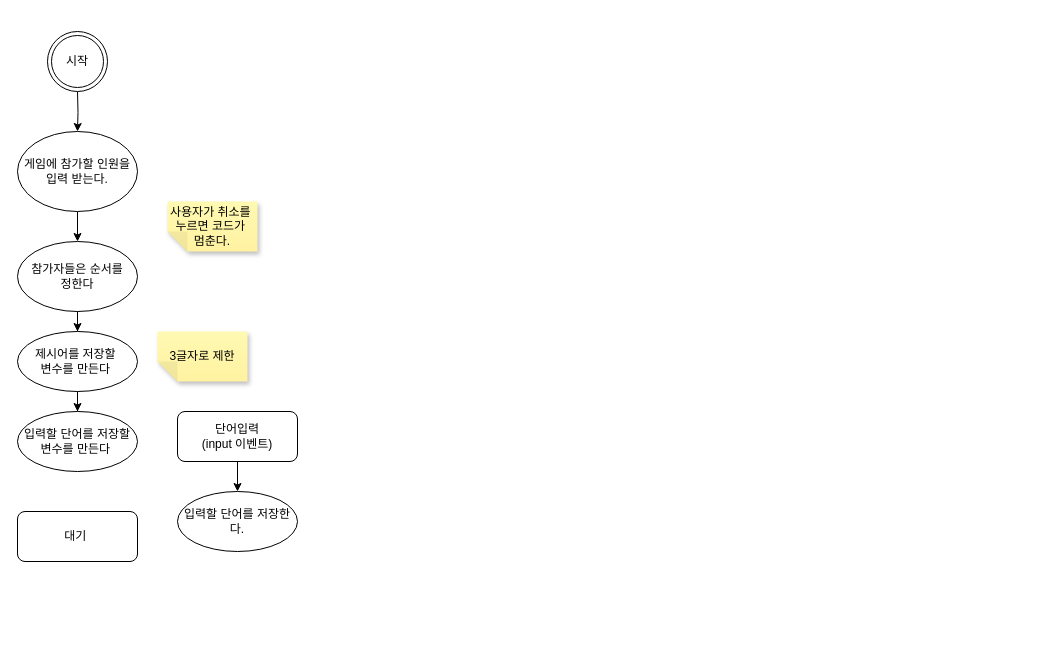
The draw.io diagram 제목 없는 다이어그램.drawio in cine-choi/Flex_exercise, before the edit. Source tidied: cells renumbered, new cells numbered last; positions are measured from the earlier drawing's top-left corner, leaving out a move shared by most shapes. Both pictures are drawn from the tidied source at 100%, with x=0, y=0 at pixel (17, 31).
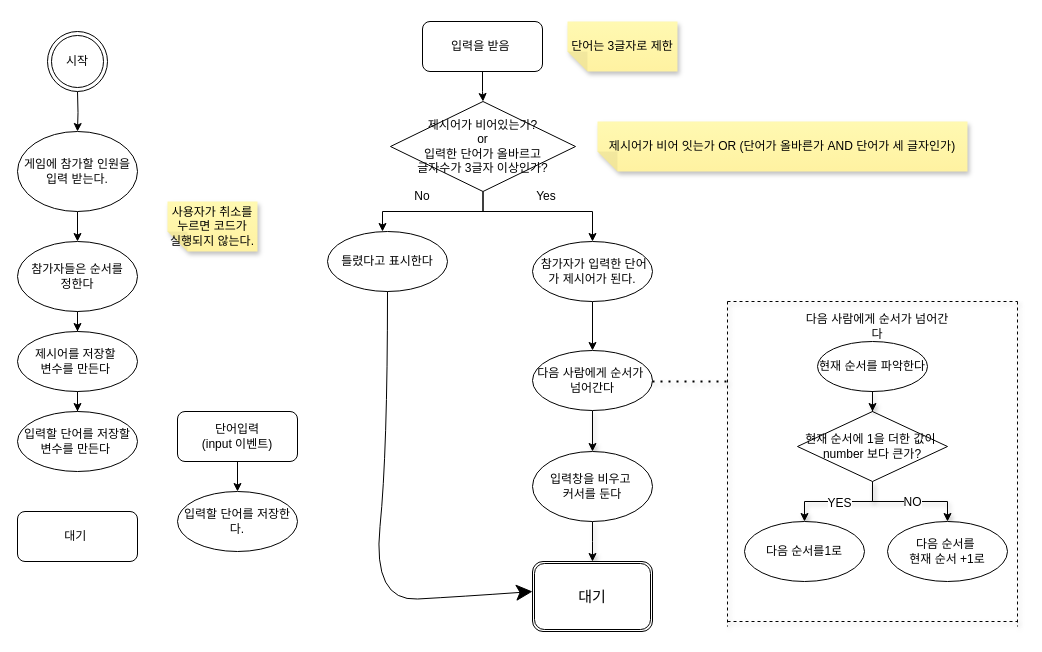
The same page after the edit.

Commit message:
쿵쿵따 게임 순서도

The edit, as a diff of the source:
```diff
@@
-    <mxCell id="15" value="3글자로 제한" style="shape=note;whiteSpace=wrap;html=1;backgroundOutline=1;fontColor=#000000;darkOpacity=0.05;fillColor=#FFF9B2;strokeColor=none;fillStyle=solid;direction=west;gradientDirection=north;gradientColor=#FFF2A1;shadow=1;size=20;hachureGap=4;" parent="1" vertex="1">
-      <mxGeometry x="140" y="300" width="90" height="50" as="geometry" />
-    </mxCell>
-    <mxCell id="16" value="사용자가 취소를&amp;nbsp;&lt;br&gt;누르면 코드가&amp;nbsp;&lt;br&gt;멈춘다." style="shape=note;whiteSpace=wrap;html=1;backgroundOutline=1;fontColor=#000000;darkOpacity=0.05;fillColor=#FFF9B2;strokeColor=none;fillStyle=solid;direction=west;gradientDirection=north;gradientColor=#FFF2A1;shadow=1;size=20;hachureGap=4;" parent="1" vertex="1">
+    <mxCell id="16" value="사용자가 취소를&lt;br&gt;누르면 코드가 &lt;br&gt;실행되지 않는다." style="shape=note;whiteSpace=wrap;html=1;backgroundOutline=1;fontColor=#000000;darkOpacity=0.05;fillColor=#FFF9B2;strokeColor=none;fillStyle=solid;direction=west;gradientDirection=north;gradientColor=#FFF2A1;shadow=1;size=20;hachureGap=4;" parent="1" vertex="1">
       <mxGeometry x="150" y="170" width="90" height="50" as="geometry" />
     </mxCell>
+    <mxCell id="17" style="edgeStyle=orthogonalEdgeStyle;rounded=0;jettySize=auto;html=1;" parent="1" edge="1" source="18" target="21">
+      <mxGeometry relative="1" as="geometry" />
+    </mxCell>
+    <mxCell id="18" value="입력을 받음&amp;nbsp;" style="rounded=1;whiteSpace=wrap;html=1;" parent="1" vertex="1">
+      <mxGeometry x="405" y="-10" width="120" height="50" as="geometry" />
+    </mxCell>
+    <mxCell id="19" style="edgeStyle=orthogonalEdgeStyle;rounded=0;jettySize=auto;html=1;" parent="1" edge="1" source="21">
+      <mxGeometry relative="1" as="geometry">
+        <mxPoint x="365" y="200" as="targetPoint" />
+        <Array as="points">
+          <mxPoint x="465" y="180" />
+          <mxPoint x="365" y="180" />
+        </Array>
+      </mxGeometry>
+    </mxCell>
+    <mxCell id="20" style="edgeStyle=orthogonalEdgeStyle;rounded=0;jettySize=auto;html=1;entryX=0.5;entryY=0;entryDx=0;entryDy=0;" parent="1" edge="1" source="21" target="23">
+      <mxGeometry relative="1" as="geometry">
+        <Array as="points">
+          <mxPoint x="465" y="180" />
+          <mxPoint x="575" y="180" />
+        </Array>
+      </mxGeometry>
+    </mxCell>
+    <mxCell id="21" value="제시어가 비어있는가?&lt;br&gt;or&lt;br&gt;입력한 단어가 올바르고&lt;br&gt;글자수가 3글자 이상인가?" style="rhombus;whiteSpace=wrap;html=1;" parent="1" vertex="1">
+      <mxGeometry x="373" y="70" width="185" height="90" as="geometry" />
+    </mxCell>
+    <mxCell id="22" style="edgeStyle=orthogonalEdgeStyle;rounded=0;jettySize=auto;html=1;" parent="1" edge="1" source="23" target="27">
+      <mxGeometry relative="1" as="geometry" />
+    </mxCell>
+    <mxCell id="23" value="&amp;nbsp;참가자가 입력한 단어가 제시어가 된다." style="ellipse;whiteSpace=wrap;html=1;" parent="1" vertex="1">
+      <mxGeometry x="515" y="210" width="120" height="60" as="geometry" />
+    </mxCell>
+    <mxCell id="24" value="Yes" style="text;html=1;strokeColor=none;fillColor=none;align=center;verticalAlign=middle;whiteSpace=wrap;rounded=0;" parent="1" vertex="1">
+      <mxGeometry x="499" y="150" width="60" height="30" as="geometry" />
+    </mxCell>
+    <mxCell id="25" value="No" style="text;html=1;strokeColor=none;fillColor=none;align=center;verticalAlign=middle;whiteSpace=wrap;rounded=0;" parent="1" vertex="1">
+      <mxGeometry x="375" y="150" width="60" height="30" as="geometry" />
+    </mxCell>
+    <mxCell id="26" style="edgeStyle=orthogonalEdgeStyle;rounded=0;jettySize=auto;html=1;shadow=1;" parent="1" edge="1" source="27" target="44">
+      <mxGeometry relative="1" as="geometry" />
+    </mxCell>
+    <mxCell id="27" value="다음 사람에게 순서가&amp;nbsp;&lt;br&gt;넘어간다" style="ellipse;whiteSpace=wrap;html=1;" parent="1" vertex="1">
+      <mxGeometry x="515" y="319" width="120" height="60" as="geometry" />
+    </mxCell>
+    <mxCell id="28" value="&lt;br&gt;&lt;br&gt;&lt;br&gt;" style="endArrow=none;dashed=1;html=1;dashPattern=1 3;strokeWidth=2;rounded=0;shadow=1;" parent="1" edge="1">
+      <mxGeometry relative="1" as="geometry">
+        <mxPoint x="635" y="350" as="sourcePoint" />
+        <mxPoint x="710" y="350" as="targetPoint" />
+      </mxGeometry>
+    </mxCell>
+    <mxCell id="29" style="endArrow=none;dashed=1;html=1;rounded=0;shadow=1;" parent="1" edge="1">
+      <mxGeometry relative="1" as="geometry">
+        <mxPoint x="710" y="270" as="sourcePoint" />
+        <mxPoint x="1000" y="270" as="targetPoint" />
+      </mxGeometry>
+    </mxCell>
+    <mxCell id="30" style="endArrow=none;dashed=1;html=1;rounded=0;shadow=1;" parent="1" edge="1">
+      <mxGeometry relative="1" as="geometry">
+        <mxPoint x="710" y="270" as="sourcePoint" />
+        <mxPoint x="710" y="595" as="targetPoint" />
+      </mxGeometry>
+    </mxCell>
+    <mxCell id="31" value="다음 사람에게 순서가 넘어간다" style="text;html=1;strokeColor=none;fillColor=none;align=center;verticalAlign=middle;whiteSpace=wrap;rounded=0;" parent="1" vertex="1">
+      <mxGeometry x="785" y="280" width="150" height="30" as="geometry" />
+    </mxCell>
+    <mxCell id="32" value="현재 순서를 파악한다" style="ellipse;whiteSpace=wrap;html=1;" parent="1" vertex="1">
+      <mxGeometry x="800" y="310" width="110" height="50" as="geometry" />
+    </mxCell>
+    <mxCell id="33" style="edgeStyle=orthogonalEdgeStyle;rounded=0;jettySize=auto;html=1;shadow=1;" parent="1" edge="1" source="37" target="39">
+      <mxGeometry relative="1" as="geometry" />
+    </mxCell>
+    <mxCell id="34" value="&lt;font style=&quot;font-size: 12px;&quot;&gt;YES&lt;/font&gt;" style="edgeLabel;html=1;align=center;verticalAlign=middle;fontSize=15;" parent="33" vertex="1">
+      <mxGeometry relative="1" as="geometry">
+        <mxPoint y="-1" as="offset" />
+      </mxGeometry>
+    </mxCell>
+    <mxCell id="35" style="edgeStyle=orthogonalEdgeStyle;rounded=0;jettySize=auto;html=1;shadow=1;" parent="1" edge="1" source="37" target="40">
+      <mxGeometry relative="1" as="geometry" />
+    </mxCell>
+    <mxCell id="36" value="&lt;font style=&quot;font-size: 12px;&quot;&gt;NO&lt;/font&gt;" style="edgeLabel;html=1;align=center;verticalAlign=middle;" parent="35" vertex="1">
+      <mxGeometry x="0.02" y="2" relative="1" as="geometry">
+        <mxPoint y="2" as="offset" />
+      </mxGeometry>
+    </mxCell>
+    <mxCell id="37" value="현재 순서에 1을 더한 값이&amp;nbsp;&lt;br&gt;number 보다 큰가?" style="rhombus;whiteSpace=wrap;html=1;" parent="1" vertex="1">
+      <mxGeometry x="780" y="380" width="150" height="70" as="geometry" />
+    </mxCell>
+    <mxCell id="38" style="edgeStyle=orthogonalEdgeStyle;rounded=0;jettySize=auto;html=1;shadow=1;" parent="1" edge="1" source="32" target="37">
+      <mxGeometry relative="1" as="geometry" />
+    </mxCell>
+    <mxCell id="39" value="다음 순서를1로" style="ellipse;whiteSpace=wrap;html=1;" parent="1" vertex="1">
+      <mxGeometry x="727" y="490" width="120" height="60" as="geometry" />
+    </mxCell>
+    <mxCell id="40" value="다음 순서를&amp;nbsp;&lt;br&gt;현재 순서 +1로" style="ellipse;whiteSpace=wrap;html=1;" parent="1" vertex="1">
+      <mxGeometry x="870" y="490" width="120" height="60" as="geometry" />
+    </mxCell>
+    <mxCell id="41" style="endArrow=none;dashed=1;html=1;rounded=0;shadow=1;" parent="1" edge="1">
+      <mxGeometry relative="1" as="geometry">
+        <mxPoint x="710" y="590" as="sourcePoint" />
+        <mxPoint x="1000" y="590" as="targetPoint" />
+      </mxGeometry>
+    </mxCell>
+    <mxCell id="42" style="endArrow=none;dashed=1;html=1;rounded=0;shadow=1;" parent="1" edge="1">
+      <mxGeometry relative="1" as="geometry">
+        <mxPoint x="1000" y="270" as="sourcePoint" />
+        <mxPoint x="1000" y="595" as="targetPoint" />
+      </mxGeometry>
+    </mxCell>
+    <mxCell id="43" style="edgeStyle=orthogonalEdgeStyle;rounded=0;jettySize=auto;html=1;shadow=1;" parent="1" edge="1" source="44">
+      <mxGeometry relative="1" as="geometry">
+        <mxPoint x="575" y="530" as="targetPoint" />
+      </mxGeometry>
+    </mxCell>
+    <mxCell id="44" value="입력창을 비우고&amp;nbsp;&lt;br&gt;커서를 둔다" style="ellipse;whiteSpace=wrap;html=1;" parent="1" vertex="1">
+      <mxGeometry x="515" y="420" width="120" height="70" as="geometry" />
+    </mxCell>
+    <mxCell id="45" value="대기" style="shape=ext;double=1;rounded=1;whiteSpace=wrap;html=1;fontSize=15;" parent="1" vertex="1">
+      <mxGeometry x="515" y="530" width="120" height="70" as="geometry" />
+    </mxCell>
+    <mxCell id="46" value="틀렸다고 표시한다" style="ellipse;whiteSpace=wrap;html=1;" parent="1" vertex="1">
+      <mxGeometry x="310" y="200" width="120" height="60" as="geometry" />
+    </mxCell>
+    <mxCell id="47" style="endArrow=classic;html=1;rounded=0;startSize=14;endSize=14;sourcePerimeterSpacing=8;targetPerimeterSpacing=8;curved=1;entryX=0;entryY=0.429;entryDx=0;entryDy=0;entryPerimeter=0;" parent="1" edge="1" target="45">
+      <mxGeometry relative="1" as="geometry">
+        <mxPoint x="370" y="260" as="sourcePoint" />
+        <Array as="points">
+          <mxPoint x="370" y="420" />
+          <mxPoint x="355" y="570" />
+          <mxPoint x="445" y="565" />
+        </Array>
+      </mxGeometry>
+    </mxCell>
+    <mxCell id="48" value="단어는 3글자로 제한" style="shape=note;whiteSpace=wrap;html=1;backgroundOutline=1;fontColor=#000000;darkOpacity=0.05;fillColor=#FFF9B2;strokeColor=none;fillStyle=solid;direction=west;gradientDirection=north;gradientColor=#FFF2A1;shadow=1;size=20;hachureGap=4;" parent="1" vertex="1">
+      <mxGeometry x="550" y="-10" width="110" height="50" as="geometry" />
+    </mxCell>
+    <mxCell id="49" value="제시어가 비어 잇는가 OR (단어가 올바른가 AND 단어가 세 글자인가)" style="shape=note;whiteSpace=wrap;html=1;backgroundOutline=1;fontColor=#000000;darkOpacity=0.05;fillColor=#FFF9B2;strokeColor=none;fillStyle=solid;direction=west;gradientDirection=north;gradientColor=#FFF2A1;shadow=1;size=20;hachureGap=4;" parent="1" vertex="1">
+      <mxGeometry x="580" y="90" width="370" height="50" as="geometry" />
+    </mxCell>
```
